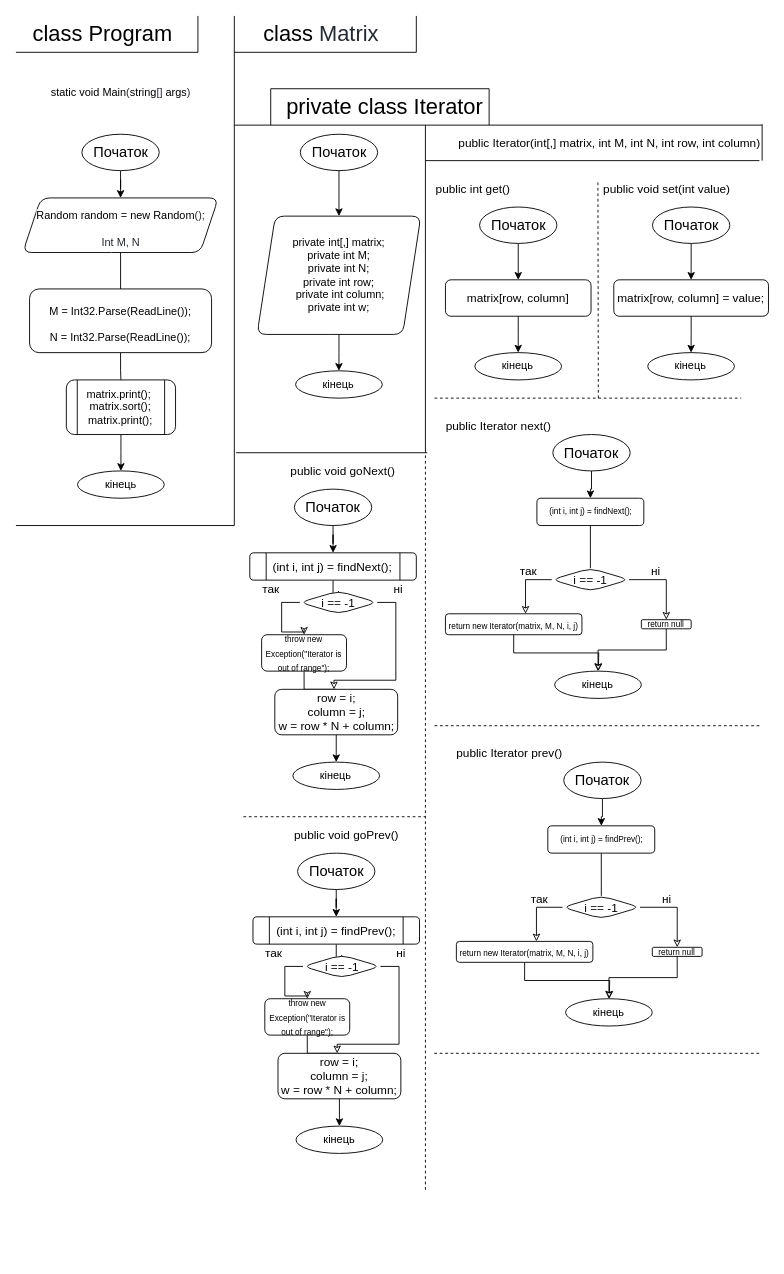
Earlier version of the draw.io diagram asd_2 term/laba_5/laboratorna5.drawio (IKatiaI/ads-nahorna-kp13). Source tidied: cells renumbered, new cells numbered last; positions are measured from the earlier drawing's top-left corner, leaving out a move shared by most shapes. Both pictures are drawn from the tidied source at 91%, with x=0, y=0 at pixel (15, 15).
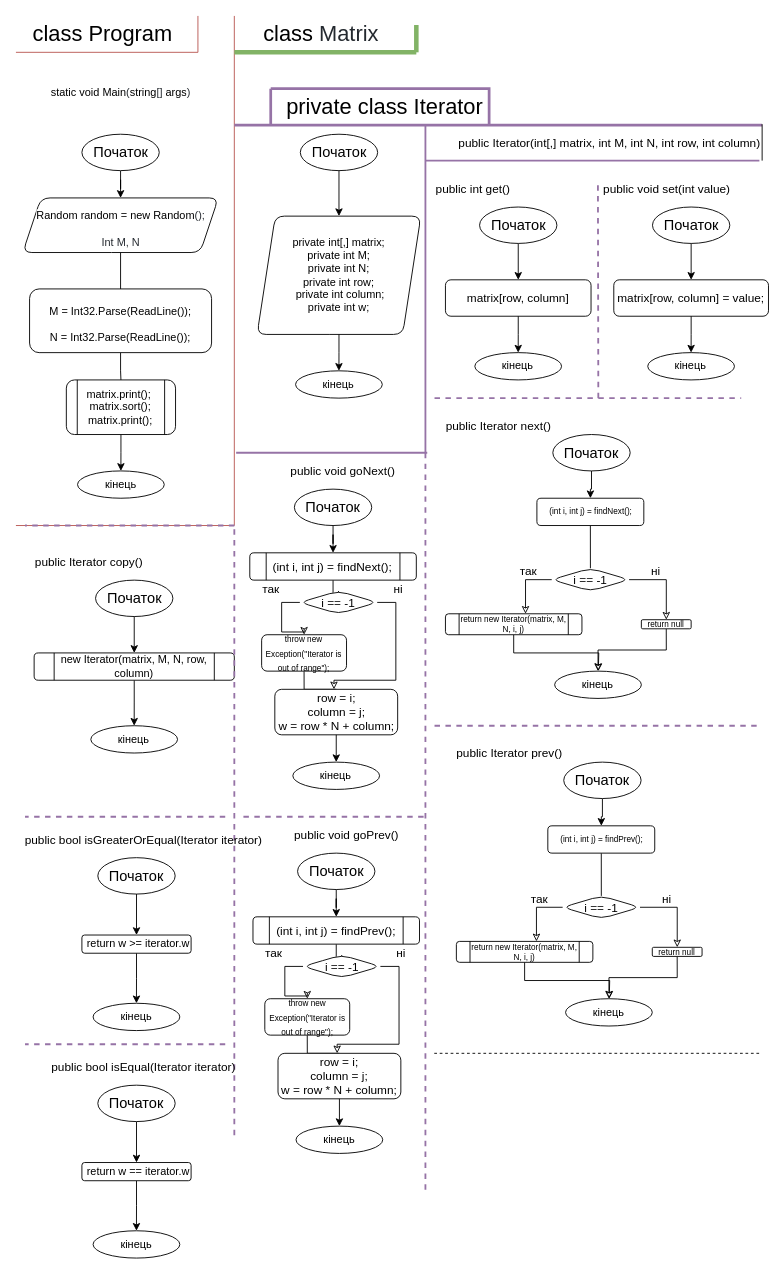
The same page after the edit.

The change refers to these unchanged cells:
```xml
<mxCell id="45" value="public void set(int value)" style="text;html=1;align=center;verticalAlign=middle;points=[];strokeColor=none;fillColor=none;fontSize=13;" parent="1" vertex="1">
  <mxGeometry x="639.7" y="180" width="150" height="20" as="geometry" />
</mxCell>
```

What changed in the source:
```diff
@@
-    <mxCell id="3" style="endArrow=none;html=1;rounded=0;" parent="1" edge="1">
+    <mxCell id="3" style="endArrow=none;html=1;rounded=0;fillColor=#f8cecc;strokeColor=#b85450;" parent="1" edge="1">
       <mxGeometry relative="1" as="geometry">
         <mxPoint y="40" as="sourcePoint" />
         <mxPoint x="200" y="40" as="targetPoint" />
       </mxGeometry>
     </mxCell>
-    <mxCell id="4" style="endArrow=none;html=1;rounded=0;" parent="1" edge="1">
+    <mxCell id="4" style="endArrow=none;html=1;rounded=0;fillColor=#f8cecc;strokeColor=#b85450;" parent="1" edge="1">
       <mxGeometry relative="1" as="geometry">
         <mxPoint x="200" as="sourcePoint" />
         <mxPoint x="200" y="40" as="targetPoint" />
       </mxGeometry>
     </mxCell>
@@
-    <mxCell id="15" style="endArrow=none;html=1;rounded=0;fontSize=12;" parent="1" edge="1">
+    <mxCell id="15" style="endArrow=none;html=1;rounded=0;fontSize=12;fillColor=#f8cecc;strokeColor=#b85450;" parent="1" edge="1">
       <mxGeometry relative="1" as="geometry">
         <mxPoint x="240" y="560" as="sourcePoint" />
         <mxPoint x="240" as="targetPoint" />
       </mxGeometry>
     </mxCell>
-    <mxCell id="16" style="endArrow=none;html=1;rounded=0;fontSize=12;" parent="1" edge="1">
+    <mxCell id="16" style="endArrow=none;html=1;rounded=0;fontSize=12;fillColor=#f8cecc;strokeColor=#b85450;" parent="1" edge="1">
       <mxGeometry relative="1" as="geometry">
         <mxPoint y="560" as="sourcePoint" />
         <mxPoint x="240" y="560" as="targetPoint" />
       </mxGeometry>
     </mxCell>
@@
-    <mxCell id="18" style="endArrow=none;html=1;rounded=0;" parent="1" edge="1">
+    <mxCell id="18" style="endArrow=none;html=1;rounded=0;fillColor=#d5e8d4;strokeColor=#82b366;strokeWidth=5;" parent="1" edge="1">
       <mxGeometry relative="1" as="geometry">
         <mxPoint x="240" y="40" as="sourcePoint" />
         <mxPoint x="440" y="40" as="targetPoint" />
       </mxGeometry>
     </mxCell>
-    <mxCell id="19" style="endArrow=none;html=1;rounded=0;" parent="1" edge="1">
+    <mxCell id="19" style="endArrow=none;html=1;rounded=0;fillColor=#d5e8d4;strokeColor=#82b366;strokeWidth=5;" parent="1" edge="1">
       <mxGeometry relative="1" as="geometry">
-        <mxPoint x="440" as="sourcePoint" />
+        <mxPoint x="440" y="10" as="sourcePoint" />
         <mxPoint x="440" y="40" as="targetPoint" />
       </mxGeometry>
     </mxCell>
@@
-    <mxCell id="21" style="endArrow=none;html=1;rounded=0;fontSize=12;" parent="1" edge="1">
+    <mxCell id="21" style="endArrow=none;html=1;rounded=0;fontSize=12;fillColor=#e1d5e7;strokeColor=#9673a6;strokeWidth=3;" parent="1" edge="1">
       <mxGeometry relative="1" as="geometry">
         <mxPoint x="280" y="80" as="sourcePoint" />
         <mxPoint x="280" y="120" as="targetPoint" />
       </mxGeometry>
     </mxCell>
-    <mxCell id="22" style="endArrow=none;html=1;rounded=0;fontSize=12;" parent="1" edge="1">
+    <mxCell id="22" style="endArrow=none;html=1;rounded=0;fontSize=12;fillColor=#e1d5e7;strokeColor=#9673a6;strokeWidth=3;" parent="1" edge="1">
       <mxGeometry relative="1" as="geometry">
         <mxPoint x="280" y="80" as="sourcePoint" />
         <mxPoint x="520" y="120" as="targetPoint" />
         <Array as="points">
           <mxPoint x="520" y="80" />
         </Array>
       </mxGeometry>
     </mxCell>
-    <mxCell id="23" style="endArrow=none;html=1;rounded=0;fontSize=12;" parent="1" edge="1">
+    <mxCell id="23" style="endArrow=none;html=1;rounded=0;fontSize=12;fillColor=#e1d5e7;strokeColor=#9673a6;strokeWidth=3;" parent="1" edge="1">
       <mxGeometry relative="1" as="geometry">
         <mxPoint x="240" y="120" as="sourcePoint" />
         <mxPoint x="820" y="120" as="targetPoint" />
       </mxGeometry>
     </mxCell>
@@
-    <mxCell id="30" style="endArrow=none;html=1;rounded=0;" parent="1" edge="1">
+    <mxCell id="30" style="endArrow=none;html=1;rounded=0;fillColor=#e1d5e7;strokeColor=#9673a6;strokeWidth=2;" parent="1" edge="1">
       <mxGeometry relative="1" as="geometry">
         <mxPoint x="450" y="159" as="sourcePoint" />
         <mxPoint x="817" y="159" as="targetPoint" />
       </mxGeometry>
     </mxCell>
@@
-    <mxCell id="32" style="endArrow=none;html=1;rounded=0;fontSize=12;" parent="1" edge="1">
+    <mxCell id="32" style="endArrow=none;html=1;rounded=0;fontSize=12;fillColor=#e1d5e7;strokeColor=#9673a6;strokeWidth=2;" parent="1" edge="1">
       <mxGeometry relative="1" as="geometry">
         <mxPoint x="450" y="480" as="sourcePoint" />
         <mxPoint x="450" y="120" as="targetPoint" />
       </mxGeometry>
     </mxCell>
-    <mxCell id="33" style="endArrow=none;html=1;rounded=0;fontSize=12;" parent="1" edge="1">
+    <mxCell id="33" style="endArrow=none;html=1;rounded=0;fontSize=12;fillColor=#e1d5e7;strokeColor=#9673a6;strokeWidth=2;" parent="1" edge="1">
       <mxGeometry relative="1" as="geometry">
         <mxPoint x="242" y="480" as="sourcePoint" />
         <mxPoint x="452" y="480" as="targetPoint" />
       </mxGeometry>
     </mxCell>
@@
-    <mxCell id="46" style="endArrow=none;dashed=1;html=1;rounded=0;fontSize=13;entryX=-0.001;entryY=0.021;entryDx=0;entryDy=0;entryPerimeter=0;" parent="1" edge="1" target="45">
+    <mxCell id="46" style="endArrow=none;dashed=1;html=1;rounded=0;fontSize=13;entryX=-0.001;entryY=0.021;entryDx=0;entryDy=0;entryPerimeter=0;fillColor=#e1d5e7;strokeColor=#9673a6;strokeWidth=2;" parent="1" edge="1" target="45">
       <mxGeometry relative="1" as="geometry">
         <mxPoint x="640" y="420" as="sourcePoint" />
       </mxGeometry>
     </mxCell>
-    <mxCell id="47" style="endArrow=none;dashed=1;html=1;rounded=0;fontSize=13;" parent="1" edge="1">
+    <mxCell id="47" style="endArrow=none;dashed=1;html=1;rounded=0;fontSize=13;fillColor=#e1d5e7;strokeColor=#9673a6;strokeWidth=2;" parent="1" edge="1">
       <mxGeometry relative="1" as="geometry">
         <mxPoint x="460" y="420" as="sourcePoint" />
         <mxPoint x="797" y="420" as="targetPoint" />
       </mxGeometry>
     </mxCell>
@@
-    <mxCell id="63" style="endArrow=none;dashed=1;html=1;rounded=0;fontSize=13;" parent="1" edge="1">
+    <mxCell id="63" style="endArrow=none;dashed=1;html=1;rounded=0;fontSize=13;fillColor=#e1d5e7;strokeColor=#9673a6;strokeWidth=2;" parent="1" edge="1">
       <mxGeometry relative="1" as="geometry">
         <mxPoint x="450" y="1290" as="sourcePoint" />
         <mxPoint x="450" y="480" as="targetPoint" />
       </mxGeometry>
     </mxCell>
@@
-    <mxCell id="82" style="endArrow=none;dashed=1;html=1;rounded=0;fontSize=13;" parent="1" edge="1">
+    <mxCell id="82" style="endArrow=none;dashed=1;html=1;rounded=0;fontSize=13;fillColor=#e1d5e7;strokeColor=#9673a6;strokeWidth=2;" parent="1" edge="1">
       <mxGeometry relative="1" as="geometry">
         <mxPoint x="250" y="880" as="sourcePoint" />
         <mxPoint x="450" y="880" as="targetPoint" />
       </mxGeometry>
     </mxCell>
@@
-    <mxCell id="91" value="&lt;font style=&quot;font-size: 9px&quot;&gt;return new Iterator(matrix, M, N, i, j)&lt;/font&gt;" style="rounded=1;whiteSpace=wrap;html=1;sketch=0;fontSize=13;" parent="1" vertex="1">
+    <mxCell id="91" value="&lt;font style=&quot;font-size: 9px&quot;&gt;return new Iterator(matrix, M, N, i, j)&lt;/font&gt;" style="shape=process;whiteSpace=wrap;html=1;backgroundOutline=1;rounded=1;sketch=0;fontSize=9;" parent="1" vertex="1">
       <mxGeometry x="472" y="657" width="150" height="23" as="geometry" />
     </mxCell>
@@
-    <mxCell id="95" style="endArrow=none;dashed=1;html=1;rounded=0;fontSize=13;" parent="1" edge="1">
+    <mxCell id="95" style="endArrow=none;dashed=1;html=1;rounded=0;fontSize=13;fillColor=#e1d5e7;strokeColor=#9673a6;strokeWidth=2;" parent="1" edge="1">
       <mxGeometry relative="1" as="geometry">
         <mxPoint x="460" y="780" as="sourcePoint" />
         <mxPoint x="820" y="780" as="targetPoint" />
       </mxGeometry>
     </mxCell>
@@
-    <mxCell id="107" value="&lt;font style=&quot;font-size: 9px&quot;&gt;return new Iterator(matrix, M, N, i, j)&lt;/font&gt;" style="rounded=1;whiteSpace=wrap;html=1;sketch=0;fontSize=13;" parent="1" vertex="1">
+    <mxCell id="107" value="&lt;font style=&quot;font-size: 9px&quot;&gt;return new Iterator(matrix, M, N, i, j)&lt;/font&gt;" style="shape=process;whiteSpace=wrap;html=1;backgroundOutline=1;rounded=1;sketch=0;fontSize=9;" parent="1" vertex="1">
       <mxGeometry x="484" y="1017" width="150" height="23" as="geometry" />
     </mxCell>
@@
+    <mxCell id="112" style="edgeStyle=orthogonalEdgeStyle;rounded=0;jettySize=auto;html=1;exitX=0.5;exitY=1;exitDx=0;exitDy=0;fontSize=12;" parent="1" edge="1" source="113" target="116">
+      <mxGeometry relative="1" as="geometry" />
+    </mxCell>
+    <mxCell id="113" value="Початок" style="ellipse;whiteSpace=wrap;html=1;fontSize=16;strokeWidth=1;rounded=1;sketch=0;" parent="1" vertex="1">
+      <mxGeometry x="87.5" y="620" width="85" height="40" as="geometry" />
+    </mxCell>
+    <mxCell id="114" style="edgeStyle=orthogonalEdgeStyle;rounded=0;jettySize=auto;html=1;fontSize=12;" parent="1" edge="1" source="116" target="115">
+      <mxGeometry relative="1" as="geometry" />
+    </mxCell>
+    <mxCell id="115" value="кінець" style="ellipse;whiteSpace=wrap;html=1;rounded=1;sketch=0;fontSize=12;" parent="1" vertex="1">
+      <mxGeometry x="82.3" y="780" width="95.3" height="30" as="geometry" />
+    </mxCell>
+    <mxCell id="116" value="&lt;font style=&quot;font-size: 12px&quot;&gt;new Iterator(matrix, M, N, row, column)&lt;/font&gt;" style="shape=process;whiteSpace=wrap;html=1;backgroundOutline=1;rounded=1;sketch=0;fontSize=9;" parent="1" vertex="1">
+      <mxGeometry x="20" y="700" width="220" height="30" as="geometry" />
+    </mxCell>
+    <mxCell id="117" value="public Iterator copy()" style="text;html=1;align=center;verticalAlign=middle;strokeColor=none;fillColor=none;fontSize=13;" parent="1" vertex="1">
+      <mxGeometry x="15" y="590" width="130" height="20" as="geometry" />
+    </mxCell>
+    <mxCell id="118" style="endArrow=none;dashed=1;html=1;rounded=0;fontSize=13;fillColor=#e1d5e7;strokeColor=#9673a6;strokeWidth=2;" parent="1" edge="1">
+      <mxGeometry relative="1" as="geometry">
+        <mxPoint x="240" y="1230" as="sourcePoint" />
+        <mxPoint x="240" y="560" as="targetPoint" />
+      </mxGeometry>
+    </mxCell>
+    <mxCell id="119" style="endArrow=none;dashed=1;html=1;rounded=0;fontSize=13;fillColor=#e1d5e7;strokeColor=#9673a6;strokeWidth=2;" parent="1" edge="1">
+      <mxGeometry relative="1" as="geometry">
+        <mxPoint x="240" y="560" as="sourcePoint" />
+        <mxPoint x="10" y="560" as="targetPoint" />
+      </mxGeometry>
+    </mxCell>
+    <mxCell id="120" style="endArrow=none;dashed=1;html=1;rounded=0;fontSize=13;fillColor=#e1d5e7;strokeColor=#9673a6;strokeWidth=2;" parent="1" edge="1">
+      <mxGeometry relative="1" as="geometry">
+        <mxPoint x="230" y="880" as="sourcePoint" />
+        <mxPoint x="10" y="880" as="targetPoint" />
+      </mxGeometry>
+    </mxCell>
+    <mxCell id="121" style="edgeStyle=orthogonalEdgeStyle;rounded=0;jettySize=auto;html=1;exitX=0.5;exitY=1;exitDx=0;exitDy=0;fontSize=12;entryX=0.5;entryY=0;entryDx=0;entryDy=0;" parent="1" edge="1" source="122" target="126">
+      <mxGeometry relative="1" as="geometry" />
+    </mxCell>
+    <mxCell id="122" value="Початок" style="ellipse;whiteSpace=wrap;html=1;fontSize=16;strokeWidth=1;rounded=1;sketch=0;" parent="1" vertex="1">
+      <mxGeometry x="90" y="925" width="85" height="40" as="geometry" />
+    </mxCell>
+    <mxCell id="123" style="edgeStyle=orthogonalEdgeStyle;rounded=0;jettySize=auto;html=1;fontSize=12;exitX=0.5;exitY=1;exitDx=0;exitDy=0;" parent="1" edge="1" source="126" target="124">
+      <mxGeometry relative="1" as="geometry" />
+    </mxCell>
+    <mxCell id="124" value="кінець" style="ellipse;whiteSpace=wrap;html=1;rounded=1;sketch=0;fontSize=12;" parent="1" vertex="1">
+      <mxGeometry x="84.8" y="1085" width="95.3" height="30" as="geometry" />
+    </mxCell>
+    <mxCell id="125" value="public bool isGreaterOrEqual(Iterator iterator)" style="text;html=1;align=center;verticalAlign=middle;strokeColor=none;fillColor=none;fontSize=13;" parent="1" vertex="1">
+      <mxGeometry y="895" width="280" height="20" as="geometry" />
+    </mxCell>
+    <mxCell id="126" value="&amp;nbsp;return w &amp;gt;= iterator.w" style="rounded=1;whiteSpace=wrap;html=1;sketch=0;fontSize=12;" parent="1" vertex="1">
+      <mxGeometry x="72.5" y="1010" width="120" height="20" as="geometry" />
+    </mxCell>
+    <mxCell id="127" style="endArrow=none;dashed=1;html=1;rounded=0;fontSize=13;fillColor=#e1d5e7;strokeColor=#9673a6;strokeWidth=2;" parent="1" edge="1">
+      <mxGeometry relative="1" as="geometry">
+        <mxPoint x="230" y="1130" as="sourcePoint" />
+        <mxPoint x="10" y="1130" as="targetPoint" />
+      </mxGeometry>
+    </mxCell>
+    <mxCell id="128" style="edgeStyle=orthogonalEdgeStyle;rounded=0;jettySize=auto;html=1;exitX=0.5;exitY=1;exitDx=0;exitDy=0;fontSize=12;entryX=0.5;entryY=0;entryDx=0;entryDy=0;" parent="1" edge="1" source="129" target="132">
+      <mxGeometry relative="1" as="geometry" />
+    </mxCell>
+    <mxCell id="129" value="Початок" style="ellipse;whiteSpace=wrap;html=1;fontSize=16;strokeWidth=1;rounded=1;sketch=0;" parent="1" vertex="1">
+      <mxGeometry x="90" y="1175" width="85" height="40" as="geometry" />
+    </mxCell>
+    <mxCell id="130" style="edgeStyle=orthogonalEdgeStyle;rounded=0;jettySize=auto;html=1;fontSize=12;exitX=0.5;exitY=1;exitDx=0;exitDy=0;" parent="1" edge="1" source="132" target="131">
+      <mxGeometry relative="1" as="geometry" />
+    </mxCell>
+    <mxCell id="131" value="кінець" style="ellipse;whiteSpace=wrap;html=1;rounded=1;sketch=0;fontSize=12;" parent="1" vertex="1">
+      <mxGeometry x="84.8" y="1335" width="95.3" height="30" as="geometry" />
+    </mxCell>
+    <mxCell id="132" value="&amp;nbsp;return w == iterator.w" style="rounded=1;whiteSpace=wrap;html=1;sketch=0;fontSize=12;" parent="1" vertex="1">
+      <mxGeometry x="72.5" y="1260" width="120" height="20" as="geometry" />
+    </mxCell>
+    <mxCell id="133" value="public bool isEqual(Iterator iterator)" style="text;html=1;align=center;verticalAlign=middle;strokeColor=none;fillColor=none;fontSize=13;" parent="1" vertex="1">
+      <mxGeometry x="30" y="1145" width="220" height="20" as="geometry" />
+    </mxCell>
```
